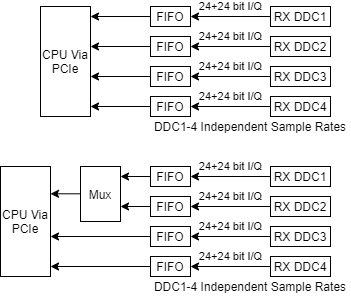
Above: FPGA/documentation/CPU to DSP FIFOs protocol 2.png in laurencebarker/Saturn (draw.io), before the change. Source tidied: cells renumbered, new cells last; positions are measured from the earlier drawing's top-left corner, leaving out a move shared by most shapes. The source it was exported from:
```xml
<mxGraphModel>
  <root>
    <mxCell id="0" />
    <mxCell id="1" parent="0" />
    <mxCell id="2" value="24+24 bit I/Q" style="edgeStyle=orthogonalEdgeStyle;rounded=0;jettySize=auto;html=1;exitX=1;exitY=0.5;exitDx=0;exitDy=0;entryX=0;entryY=0.5;entryDx=0;entryDy=0;endArrow=none;endFill=0;startArrow=classic;startFill=1;" parent="1" edge="1" source="4" target="5">
      <mxGeometry y="10" relative="1" as="geometry" />
    </mxCell>
    <mxCell id="3" style="edgeStyle=orthogonalEdgeStyle;rounded=0;jettySize=auto;html=1;exitX=0;exitY=0.5;exitDx=0;exitDy=0;entryX=1;entryY=0.5;entryDx=0;entryDy=0;startArrow=none;startFill=0;endArrow=classic;endFill=1;" parent="1" edge="1" source="4">
      <mxGeometry relative="1" as="geometry">
        <mxPoint x="90" y="10" as="targetPoint" />
      </mxGeometry>
    </mxCell>
    <mxCell id="4" value="FIFO" style="rounded=0;whiteSpace=wrap;html=1;" parent="1" vertex="1">
      <mxGeometry x="150" width="40" height="20" as="geometry" />
    </mxCell>
    <mxCell id="5" value="RX DDC1" style="rounded=0;whiteSpace=wrap;html=1;" parent="1" vertex="1">
      <mxGeometry x="270" width="60" height="20" as="geometry" />
    </mxCell>
    <mxCell id="6" value="24+24 bit I/Q" style="edgeStyle=orthogonalEdgeStyle;rounded=0;jettySize=auto;html=1;exitX=1;exitY=0.5;exitDx=0;exitDy=0;entryX=0;entryY=0.5;entryDx=0;entryDy=0;endArrow=none;endFill=0;startArrow=classic;startFill=1;" parent="1" edge="1" source="8" target="9">
      <mxGeometry y="10" relative="1" as="geometry" />
    </mxCell>
    <mxCell id="7" style="edgeStyle=orthogonalEdgeStyle;rounded=0;jettySize=auto;html=1;exitX=0;exitY=0.5;exitDx=0;exitDy=0;startArrow=none;startFill=0;endArrow=classic;endFill=1;" parent="1" edge="1" source="8">
      <mxGeometry relative="1" as="geometry">
        <mxPoint x="90" y="40" as="targetPoint" />
      </mxGeometry>
    </mxCell>
    <mxCell id="8" value="FIFO" style="rounded=0;whiteSpace=wrap;html=1;" parent="1" vertex="1">
      <mxGeometry x="150" y="30" width="40" height="20" as="geometry" />
    </mxCell>
    <mxCell id="9" value="RX DDC2" style="rounded=0;whiteSpace=wrap;html=1;" parent="1" vertex="1">
      <mxGeometry x="270" y="30" width="60" height="20" as="geometry" />
    </mxCell>
    <mxCell id="10" value="24+24 bit I/Q" style="edgeStyle=orthogonalEdgeStyle;rounded=0;jettySize=auto;html=1;exitX=1;exitY=0.5;exitDx=0;exitDy=0;entryX=0;entryY=0.5;entryDx=0;entryDy=0;endArrow=none;endFill=0;startArrow=classic;startFill=1;" parent="1" edge="1" source="12" target="13">
      <mxGeometry y="10" relative="1" as="geometry" />
    </mxCell>
    <mxCell id="11" style="edgeStyle=orthogonalEdgeStyle;rounded=0;jettySize=auto;html=1;exitX=0;exitY=0.5;exitDx=0;exitDy=0;startArrow=none;startFill=0;endArrow=classic;endFill=1;" parent="1" edge="1" source="12">
      <mxGeometry relative="1" as="geometry">
        <mxPoint x="90" y="70" as="targetPoint" />
      </mxGeometry>
    </mxCell>
    <mxCell id="12" value="FIFO" style="rounded=0;whiteSpace=wrap;html=1;" parent="1" vertex="1">
      <mxGeometry x="150" y="60" width="40" height="20" as="geometry" />
    </mxCell>
    <mxCell id="13" value="RX DDC3" style="rounded=0;whiteSpace=wrap;html=1;" parent="1" vertex="1">
      <mxGeometry x="270" y="60" width="60" height="20" as="geometry" />
    </mxCell>
    <mxCell id="14" value="24+24 bit I/Q" style="edgeStyle=orthogonalEdgeStyle;rounded=0;jettySize=auto;html=1;exitX=1;exitY=0.5;exitDx=0;exitDy=0;entryX=0;entryY=0.5;entryDx=0;entryDy=0;endArrow=none;endFill=0;startArrow=classic;startFill=1;" parent="1" edge="1" source="16" target="17">
      <mxGeometry y="10" relative="1" as="geometry" />
    </mxCell>
    <mxCell id="15" style="edgeStyle=orthogonalEdgeStyle;rounded=0;jettySize=auto;html=1;exitX=0;exitY=0.5;exitDx=0;exitDy=0;startArrow=none;startFill=0;endArrow=classic;endFill=1;" parent="1" edge="1" source="16">
      <mxGeometry relative="1" as="geometry">
        <mxPoint x="90" y="100" as="targetPoint" />
      </mxGeometry>
    </mxCell>
    <mxCell id="16" value="FIFO" style="rounded=0;whiteSpace=wrap;html=1;" parent="1" vertex="1">
      <mxGeometry x="150" y="90" width="40" height="20" as="geometry" />
    </mxCell>
    <mxCell id="17" value="RX DDC4" style="rounded=0;whiteSpace=wrap;html=1;" parent="1" vertex="1">
      <mxGeometry x="270" y="90" width="60" height="20" as="geometry" />
    </mxCell>
    <mxCell id="18" value="DDC1-4 Independent Sample Rates" style="text;html=1;strokeColor=none;fillColor=none;align=center;verticalAlign=middle;whiteSpace=wrap;rounded=0;" parent="1" vertex="1">
      <mxGeometry x="150" y="110" width="200" height="20" as="geometry" />
    </mxCell>
    <mxCell id="19" value="CPU Via PCIe" style="rounded=0;whiteSpace=wrap;html=1;" parent="1" vertex="1">
      <mxGeometry x="40" width="50" height="110" as="geometry" />
    </mxCell>
    <mxCell id="20" value="24+24 bit I/Q" style="edgeStyle=orthogonalEdgeStyle;rounded=0;jettySize=auto;html=1;exitX=1;exitY=0.5;exitDx=0;exitDy=0;entryX=0;entryY=0.5;entryDx=0;entryDy=0;endArrow=none;endFill=0;startArrow=classic;startFill=1;" parent="1" edge="1" source="22" target="23">
      <mxGeometry y="10" relative="1" as="geometry" />
    </mxCell>
    <mxCell id="21" style="edgeStyle=orthogonalEdgeStyle;rounded=0;jettySize=auto;html=1;exitX=0;exitY=0.5;exitDx=0;exitDy=0;startArrow=none;startFill=0;endArrow=classic;endFill=1;" parent="1" edge="1" source="22">
      <mxGeometry relative="1" as="geometry">
        <mxPoint x="120" y="170" as="targetPoint" />
      </mxGeometry>
    </mxCell>
    <mxCell id="22" value="FIFO" style="rounded=0;whiteSpace=wrap;html=1;" parent="1" vertex="1">
      <mxGeometry x="150" y="160" width="40" height="20" as="geometry" />
    </mxCell>
    <mxCell id="23" value="RX DDC1" style="rounded=0;whiteSpace=wrap;html=1;" parent="1" vertex="1">
      <mxGeometry x="270" y="160" width="60" height="20" as="geometry" />
    </mxCell>
    <mxCell id="24" value="24+24 bit I/Q" style="edgeStyle=orthogonalEdgeStyle;rounded=0;jettySize=auto;html=1;exitX=1;exitY=0.5;exitDx=0;exitDy=0;entryX=0;entryY=0.5;entryDx=0;entryDy=0;endArrow=none;endFill=0;startArrow=classic;startFill=1;" parent="1" edge="1" source="26" target="27">
      <mxGeometry y="10" relative="1" as="geometry" />
    </mxCell>
    <mxCell id="25" style="edgeStyle=orthogonalEdgeStyle;rounded=0;jettySize=auto;html=1;exitX=0;exitY=0.5;exitDx=0;exitDy=0;startArrow=none;startFill=0;endArrow=classic;endFill=1;" parent="1" edge="1" source="26">
      <mxGeometry relative="1" as="geometry">
        <mxPoint x="120" y="200" as="targetPoint" />
      </mxGeometry>
    </mxCell>
    <mxCell id="26" value="FIFO" style="rounded=0;whiteSpace=wrap;html=1;" parent="1" vertex="1">
      <mxGeometry x="150" y="190" width="40" height="20" as="geometry" />
    </mxCell>
    <mxCell id="27" value="RX DDC2" style="rounded=0;whiteSpace=wrap;html=1;" parent="1" vertex="1">
      <mxGeometry x="270" y="190" width="60" height="20" as="geometry" />
    </mxCell>
    <mxCell id="28" value="24+24 bit I/Q" style="edgeStyle=orthogonalEdgeStyle;rounded=0;jettySize=auto;html=1;exitX=1;exitY=0.5;exitDx=0;exitDy=0;entryX=0;entryY=0.5;entryDx=0;entryDy=0;endArrow=none;endFill=0;startArrow=classic;startFill=1;" parent="1" edge="1" source="30" target="31">
      <mxGeometry y="10" relative="1" as="geometry" />
    </mxCell>
    <mxCell id="29" style="edgeStyle=orthogonalEdgeStyle;rounded=0;jettySize=auto;html=1;exitX=0;exitY=0.5;exitDx=0;exitDy=0;startArrow=none;startFill=0;endArrow=classic;endFill=1;" parent="1" edge="1" source="30">
      <mxGeometry relative="1" as="geometry">
        <mxPoint x="50" y="230" as="targetPoint" />
      </mxGeometry>
    </mxCell>
    <mxCell id="30" value="FIFO" style="rounded=0;whiteSpace=wrap;html=1;" parent="1" vertex="1">
      <mxGeometry x="150" y="220" width="40" height="20" as="geometry" />
    </mxCell>
    <mxCell id="31" value="RX DDC3" style="rounded=0;whiteSpace=wrap;html=1;" parent="1" vertex="1">
      <mxGeometry x="270" y="220" width="60" height="20" as="geometry" />
    </mxCell>
    <mxCell id="32" value="24+24 bit I/Q" style="edgeStyle=orthogonalEdgeStyle;rounded=0;jettySize=auto;html=1;exitX=1;exitY=0.5;exitDx=0;exitDy=0;entryX=0;entryY=0.5;entryDx=0;entryDy=0;endArrow=none;endFill=0;startArrow=classic;startFill=1;" parent="1" edge="1" source="34" target="35">
      <mxGeometry y="10" relative="1" as="geometry" />
    </mxCell>
    <mxCell id="33" style="edgeStyle=orthogonalEdgeStyle;rounded=0;jettySize=auto;html=1;exitX=0;exitY=0.5;exitDx=0;exitDy=0;startArrow=none;startFill=0;endArrow=classic;endFill=1;" parent="1" edge="1" source="34">
      <mxGeometry relative="1" as="geometry">
        <mxPoint x="50" y="260" as="targetPoint" />
      </mxGeometry>
    </mxCell>
    <mxCell id="34" value="FIFO" style="rounded=0;whiteSpace=wrap;html=1;" parent="1" vertex="1">
      <mxGeometry x="150" y="250" width="40" height="20" as="geometry" />
    </mxCell>
    <mxCell id="35" value="RX DDC4" style="rounded=0;whiteSpace=wrap;html=1;" parent="1" vertex="1">
      <mxGeometry x="270" y="250" width="60" height="20" as="geometry" />
    </mxCell>
    <mxCell id="36" value="DDC1-4 Independent Sample Rates" style="text;html=1;strokeColor=none;fillColor=none;align=center;verticalAlign=middle;whiteSpace=wrap;rounded=0;" parent="1" vertex="1">
      <mxGeometry x="150" y="270" width="200" height="20" as="geometry" />
    </mxCell>
    <mxCell id="37" value="CPU Via PCIe" style="rounded=0;whiteSpace=wrap;html=1;" parent="1" vertex="1">
      <mxGeometry y="160" width="50" height="110" as="geometry" />
    </mxCell>
    <mxCell id="38" style="edgeStyle=orthogonalEdgeStyle;rounded=0;orthogonalLoop=1;jettySize=auto;html=1;exitX=0;exitY=0.5;exitDx=0;exitDy=0;startArrow=none;startFill=0;endArrow=classic;endFill=1;" parent="1" edge="1">
      <mxGeometry relative="1" as="geometry">
        <mxPoint x="80" y="187.3" as="sourcePoint" />
        <mxPoint x="50" y="187.3" as="targetPoint" />
      </mxGeometry>
    </mxCell>
    <mxCell id="39" value="Mux" style="rounded=0;whiteSpace=wrap;html=1;" parent="1" vertex="1">
      <mxGeometry x="80" y="160" width="40" height="55" as="geometry" />
    </mxCell>
  </root>
</mxGraphModel>
```
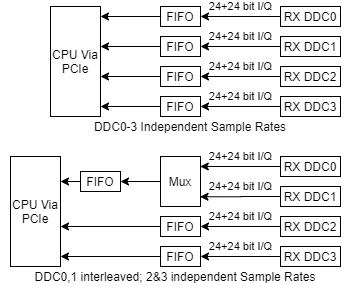
The same file after the commit.

The edit, as a diff of the source:
```diff
@@ -13,7 +13,7 @@
     <mxCell id="4" value="FIFO" style="rounded=0;whiteSpace=wrap;html=1;" parent="1" vertex="1">
       <mxGeometry x="150" width="40" height="20" as="geometry" />
     </mxCell>
-    <mxCell id="5" value="RX DDC1" style="rounded=0;whiteSpace=wrap;html=1;" parent="1" vertex="1">
+    <mxCell id="5" value="RX DDC0" style="rounded=0;whiteSpace=wrap;html=1;" parent="1" vertex="1">
       <mxGeometry x="270" width="60" height="20" as="geometry" />
     </mxCell>
     <mxCell id="6" value="24+24 bit I/Q" style="edgeStyle=orthogonalEdgeStyle;rounded=0;jettySize=auto;html=1;exitX=1;exitY=0.5;exitDx=0;exitDy=0;entryX=0;entryY=0.5;entryDx=0;entryDy=0;endArrow=none;endFill=0;startArrow=classic;startFill=1;" parent="1" edge="1" source="8" target="9">
@@ -27,7 +27,7 @@
     <mxCell id="8" value="FIFO" style="rounded=0;whiteSpace=wrap;html=1;" parent="1" vertex="1">
       <mxGeometry x="150" y="30" width="40" height="20" as="geometry" />
     </mxCell>
-    <mxCell id="9" value="RX DDC2" style="rounded=0;whiteSpace=wrap;html=1;" parent="1" vertex="1">
+    <mxCell id="9" value="RX DDC1" style="rounded=0;whiteSpace=wrap;html=1;" parent="1" vertex="1">
       <mxGeometry x="270" y="30" width="60" height="20" as="geometry" />
     </mxCell>
     <mxCell id="10" value="24+24 bit I/Q" style="edgeStyle=orthogonalEdgeStyle;rounded=0;jettySize=auto;html=1;exitX=1;exitY=0.5;exitDx=0;exitDy=0;entryX=0;entryY=0.5;entryDx=0;entryDy=0;endArrow=none;endFill=0;startArrow=classic;startFill=1;" parent="1" edge="1" source="12" target="13">
@@ -41,7 +41,7 @@
     <mxCell id="12" value="FIFO" style="rounded=0;whiteSpace=wrap;html=1;" parent="1" vertex="1">
       <mxGeometry x="150" y="60" width="40" height="20" as="geometry" />
     </mxCell>
-    <mxCell id="13" value="RX DDC3" style="rounded=0;whiteSpace=wrap;html=1;" parent="1" vertex="1">
+    <mxCell id="13" value="RX DDC2" style="rounded=0;whiteSpace=wrap;html=1;" parent="1" vertex="1">
       <mxGeometry x="270" y="60" width="60" height="20" as="geometry" />
     </mxCell>
     <mxCell id="14" value="24+24 bit I/Q" style="edgeStyle=orthogonalEdgeStyle;rounded=0;jettySize=auto;html=1;exitX=1;exitY=0.5;exitDx=0;exitDy=0;entryX=0;entryY=0.5;entryDx=0;entryDy=0;endArrow=none;endFill=0;startArrow=classic;startFill=1;" parent="1" edge="1" source="16" target="17">
@@ -55,85 +55,74 @@
     <mxCell id="16" value="FIFO" style="rounded=0;whiteSpace=wrap;html=1;" parent="1" vertex="1">
       <mxGeometry x="150" y="90" width="40" height="20" as="geometry" />
     </mxCell>
-    <mxCell id="17" value="RX DDC4" style="rounded=0;whiteSpace=wrap;html=1;" parent="1" vertex="1">
+    <mxCell id="17" value="RX DDC3" style="rounded=0;whiteSpace=wrap;html=1;" parent="1" vertex="1">
       <mxGeometry x="270" y="90" width="60" height="20" as="geometry" />
     </mxCell>
-    <mxCell id="18" value="DDC1-4 Independent Sample Rates" style="text;html=1;strokeColor=none;fillColor=none;align=center;verticalAlign=middle;whiteSpace=wrap;rounded=0;" parent="1" vertex="1">
-      <mxGeometry x="150" y="110" width="200" height="20" as="geometry" />
+    <mxCell id="18" value="DDC0-3 Independent Sample Rates" style="text;html=1;strokeColor=none;fillColor=none;align=center;verticalAlign=middle;whiteSpace=wrap;rounded=0;" parent="1" vertex="1">
+      <mxGeometry x="80" y="110" width="200" height="20" as="geometry" />
     </mxCell>
     <mxCell id="19" value="CPU Via PCIe" style="rounded=0;whiteSpace=wrap;html=1;" parent="1" vertex="1">
       <mxGeometry x="40" width="50" height="110" as="geometry" />
     </mxCell>
-    <mxCell id="20" value="24+24 bit I/Q" style="edgeStyle=orthogonalEdgeStyle;rounded=0;jettySize=auto;html=1;exitX=1;exitY=0.5;exitDx=0;exitDy=0;entryX=0;entryY=0.5;entryDx=0;entryDy=0;endArrow=none;endFill=0;startArrow=classic;startFill=1;" parent="1" edge="1" source="22" target="23">
+    <mxCell id="20" value="24+24 bit I/Q" style="edgeStyle=orthogonalEdgeStyle;rounded=0;jettySize=auto;html=1;entryX=0;entryY=0.5;entryDx=0;entryDy=0;endArrow=none;endFill=0;startArrow=classic;startFill=1;exitX=0.994;exitY=0.2;exitDx=0;exitDy=0;exitPerimeter=0;" parent="1" edge="1" source="39" target="23">
       <mxGeometry y="10" relative="1" as="geometry" />
     </mxCell>
-    <mxCell id="21" style="edgeStyle=orthogonalEdgeStyle;rounded=0;jettySize=auto;html=1;exitX=0;exitY=0.5;exitDx=0;exitDy=0;startArrow=none;startFill=0;endArrow=classic;endFill=1;" parent="1" edge="1" source="22">
-      <mxGeometry relative="1" as="geometry">
-        <mxPoint x="120" y="170" as="targetPoint" />
-      </mxGeometry>
-    </mxCell>
-    <mxCell id="22" value="FIFO" style="rounded=0;whiteSpace=wrap;html=1;" parent="1" vertex="1">
-      <mxGeometry x="150" y="160" width="40" height="20" as="geometry" />
-    </mxCell>
-    <mxCell id="23" value="RX DDC1" style="rounded=0;whiteSpace=wrap;html=1;" parent="1" vertex="1">
-      <mxGeometry x="270" y="160" width="60" height="20" as="geometry" />
+    <mxCell id="23" value="RX DDC0" style="rounded=0;whiteSpace=wrap;html=1;" parent="1" vertex="1">
+      <mxGeometry x="270" y="150" width="60" height="20" as="geometry" />
     </mxCell>
-    <mxCell id="24" value="24+24 bit I/Q" style="edgeStyle=orthogonalEdgeStyle;rounded=0;jettySize=auto;html=1;exitX=1;exitY=0.5;exitDx=0;exitDy=0;entryX=0;entryY=0.5;entryDx=0;entryDy=0;endArrow=none;endFill=0;startArrow=classic;startFill=1;" parent="1" edge="1" source="26" target="27">
-      <mxGeometry y="10" relative="1" as="geometry" />
+    <mxCell id="24" value="24+24 bit I/Q" style="edgeStyle=orthogonalEdgeStyle;rounded=0;jettySize=auto;html=1;entryX=0;entryY=0.5;entryDx=0;entryDy=0;endArrow=none;endFill=0;startArrow=classic;startFill=1;exitX=0.988;exitY=0.805;exitDx=0;exitDy=0;exitPerimeter=0;" parent="1" edge="1" source="39" target="27">
+      <mxGeometry x="0.01" y="10" relative="1" as="geometry" />
     </mxCell>
     <mxCell id="25" style="edgeStyle=orthogonalEdgeStyle;rounded=0;jettySize=auto;html=1;exitX=0;exitY=0.5;exitDx=0;exitDy=0;startArrow=none;startFill=0;endArrow=classic;endFill=1;" parent="1" edge="1" source="26">
       <mxGeometry relative="1" as="geometry">
-        <mxPoint x="120" y="200" as="targetPoint" />
+        <mxPoint x="50" y="175" as="targetPoint" />
       </mxGeometry>
     </mxCell>
     <mxCell id="26" value="FIFO" style="rounded=0;whiteSpace=wrap;html=1;" parent="1" vertex="1">
-      <mxGeometry x="150" y="190" width="40" height="20" as="geometry" />
+      <mxGeometry x="70" y="165" width="40" height="20" as="geometry" />
     </mxCell>
-    <mxCell id="27" value="RX DDC2" style="rounded=0;whiteSpace=wrap;html=1;" parent="1" vertex="1">
-      <mxGeometry x="270" y="190" width="60" height="20" as="geometry" />
+    <mxCell id="27" value="RX DDC1" style="rounded=0;whiteSpace=wrap;html=1;" parent="1" vertex="1">
+      <mxGeometry x="270" y="180" width="60" height="20" as="geometry" />
     </mxCell>
     <mxCell id="28" value="24+24 bit I/Q" style="edgeStyle=orthogonalEdgeStyle;rounded=0;jettySize=auto;html=1;exitX=1;exitY=0.5;exitDx=0;exitDy=0;entryX=0;entryY=0.5;entryDx=0;entryDy=0;endArrow=none;endFill=0;startArrow=classic;startFill=1;" parent="1" edge="1" source="30" target="31">
       <mxGeometry y="10" relative="1" as="geometry" />
     </mxCell>
     <mxCell id="29" style="edgeStyle=orthogonalEdgeStyle;rounded=0;jettySize=auto;html=1;exitX=0;exitY=0.5;exitDx=0;exitDy=0;startArrow=none;startFill=0;endArrow=classic;endFill=1;" parent="1" edge="1" source="30">
       <mxGeometry relative="1" as="geometry">
-        <mxPoint x="50" y="230" as="targetPoint" />
+        <mxPoint x="50" y="220" as="targetPoint" />
       </mxGeometry>
     </mxCell>
     <mxCell id="30" value="FIFO" style="rounded=0;whiteSpace=wrap;html=1;" parent="1" vertex="1">
-      <mxGeometry x="150" y="220" width="40" height="20" as="geometry" />
+      <mxGeometry x="150" y="210" width="40" height="20" as="geometry" />
     </mxCell>
-    <mxCell id="31" value="RX DDC3" style="rounded=0;whiteSpace=wrap;html=1;" parent="1" vertex="1">
-      <mxGeometry x="270" y="220" width="60" height="20" as="geometry" />
+    <mxCell id="31" value="RX DDC2" style="rounded=0;whiteSpace=wrap;html=1;" parent="1" vertex="1">
+      <mxGeometry x="270" y="210" width="60" height="20" as="geometry" />
     </mxCell>
     <mxCell id="32" value="24+24 bit I/Q" style="edgeStyle=orthogonalEdgeStyle;rounded=0;jettySize=auto;html=1;exitX=1;exitY=0.5;exitDx=0;exitDy=0;entryX=0;entryY=0.5;entryDx=0;entryDy=0;endArrow=none;endFill=0;startArrow=classic;startFill=1;" parent="1" edge="1" source="34" target="35">
       <mxGeometry y="10" relative="1" as="geometry" />
     </mxCell>
     <mxCell id="33" style="edgeStyle=orthogonalEdgeStyle;rounded=0;jettySize=auto;html=1;exitX=0;exitY=0.5;exitDx=0;exitDy=0;startArrow=none;startFill=0;endArrow=classic;endFill=1;" parent="1" edge="1" source="34">
       <mxGeometry relative="1" as="geometry">
-        <mxPoint x="50" y="260" as="targetPoint" />
+        <mxPoint x="50" y="250" as="targetPoint" />
       </mxGeometry>
     </mxCell>
     <mxCell id="34" value="FIFO" style="rounded=0;whiteSpace=wrap;html=1;" parent="1" vertex="1">
-      <mxGeometry x="150" y="250" width="40" height="20" as="geometry" />
+      <mxGeometry x="150" y="240" width="40" height="20" as="geometry" />
     </mxCell>
-    <mxCell id="35" value="RX DDC4" style="rounded=0;whiteSpace=wrap;html=1;" parent="1" vertex="1">
-      <mxGeometry x="270" y="250" width="60" height="20" as="geometry" />
+    <mxCell id="35" value="RX DDC3" style="rounded=0;whiteSpace=wrap;html=1;" parent="1" vertex="1">
+      <mxGeometry x="270" y="240" width="60" height="20" as="geometry" />
     </mxCell>
-    <mxCell id="36" value="DDC1-4 Independent Sample Rates" style="text;html=1;strokeColor=none;fillColor=none;align=center;verticalAlign=middle;whiteSpace=wrap;rounded=0;" parent="1" vertex="1">
-      <mxGeometry x="150" y="270" width="200" height="20" as="geometry" />
+    <mxCell id="36" value="DDC0,1 interleaved; 2&amp;amp;3 independent Sample Rates" style="text;html=1;strokeColor=none;fillColor=none;align=center;verticalAlign=middle;whiteSpace=wrap;rounded=0;" parent="1" vertex="1">
+      <mxGeometry x="-10" y="260" width="350" height="20" as="geometry" />
     </mxCell>
     <mxCell id="37" value="CPU Via PCIe" style="rounded=0;whiteSpace=wrap;html=1;" parent="1" vertex="1">
-      <mxGeometry y="160" width="50" height="110" as="geometry" />
+      <mxGeometry y="150" width="50" height="110" as="geometry" />
     </mxCell>
-    <mxCell id="38" style="edgeStyle=orthogonalEdgeStyle;rounded=0;orthogonalLoop=1;jettySize=auto;html=1;exitX=0;exitY=0.5;exitDx=0;exitDy=0;startArrow=none;startFill=0;endArrow=classic;endFill=1;" parent="1" edge="1">
-      <mxGeometry relative="1" as="geometry">
-        <mxPoint x="80" y="187.3" as="sourcePoint" />
-        <mxPoint x="50" y="187.3" as="targetPoint" />
-      </mxGeometry>
-    </mxCell>
+    <mxCell id="40" style="edgeStyle=orthogonalEdgeStyle;rounded=0;jettySize=auto;html=1;exitX=0;exitY=0.5;exitDx=0;exitDy=0;entryX=1;entryY=0.5;entryDx=0;entryDy=0;" parent="1" edge="1" source="39" target="26">
+      <mxGeometry relative="1" as="geometry" />
+    </mxCell>
     <mxCell id="39" value="Mux" style="rounded=0;whiteSpace=wrap;html=1;" parent="1" vertex="1">
-      <mxGeometry x="80" y="160" width="40" height="55" as="geometry" />
+      <mxGeometry x="150" y="150" width="40" height="50" as="geometry" />
     </mxCell>
   </root>
 </mxGraphModel>
```
